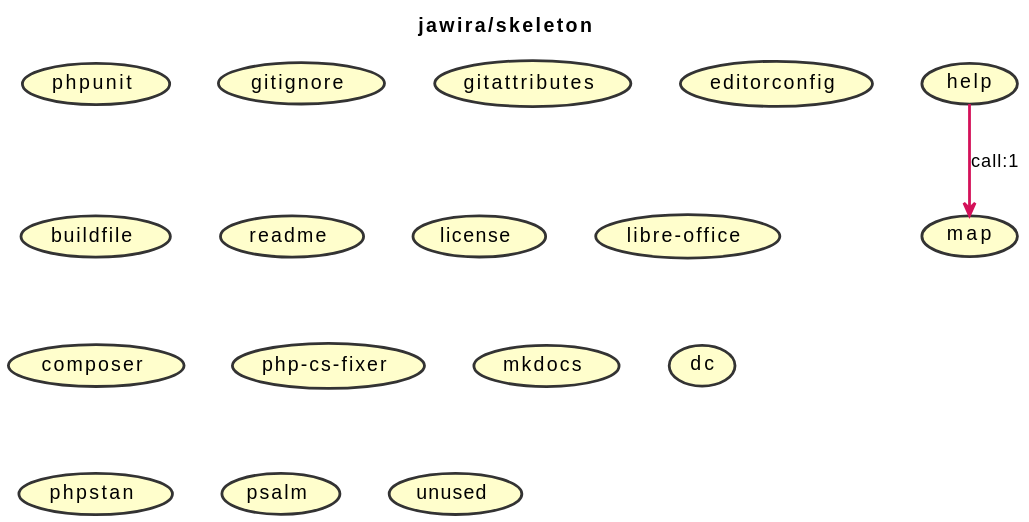
Before: build.svg, a diagram exported from PlantUML (jawira/skeleton). The source it was exported from:
```plantuml
@startuml
title
jawira/skeleton
end title

top to bottom direction

skinparam Shadowing false
skinparam ArrowFontColor Black
skinparam ArrowThickness 2
skinparam UseCaseBackgroundColor #FFFECC
skinparam UseCaseBorderColor #333333
skinparam UseCaseBorderThickness 2
skinparam UseCaseFontColor Black


(help) -[#D41159]-> (map) : call:1
(phpunit)
(gitignore)
(gitattributes)
(editorconfig)
(buildfile)
(readme)
(license)
(help)
(map)
(libre-office)
(composer)
(php-cs-fixer)
(mkdocs)
(dc)
(phpstan)
(psalm)
(unused)
@enduml
```
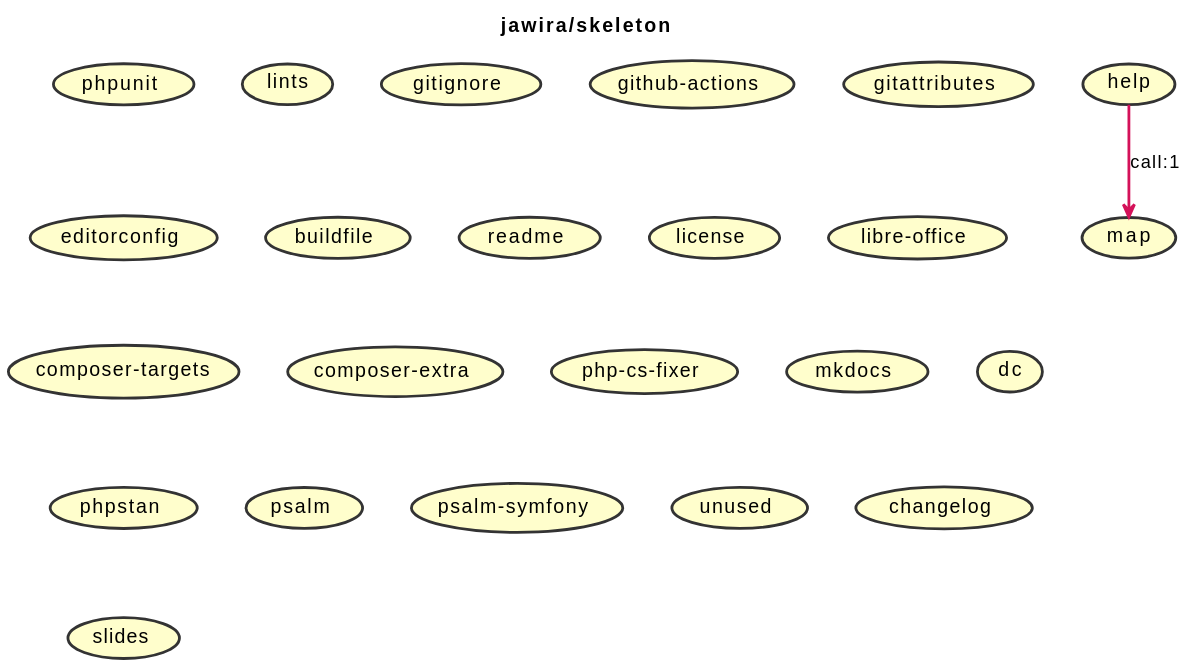
After the commit.

What changed in the source:
```diff
@@ -16,7 +16,9 @@
 
 (help) -[#D41159]-> (map) : call:1
 (phpunit)
+(lints)
 (gitignore)
+(github-actions)
 (gitattributes)
 (editorconfig)
 (buildfile)
@@ -25,11 +27,15 @@
 (help)
 (map)
 (libre-office)
-(composer)
+(composer-targets)
+(composer-extra)
 (php-cs-fixer)
 (mkdocs)
 (dc)
 (phpstan)
 (psalm)
+(psalm-symfony)
 (unused)
+(changelog)
+(slides)
 @enduml
```
